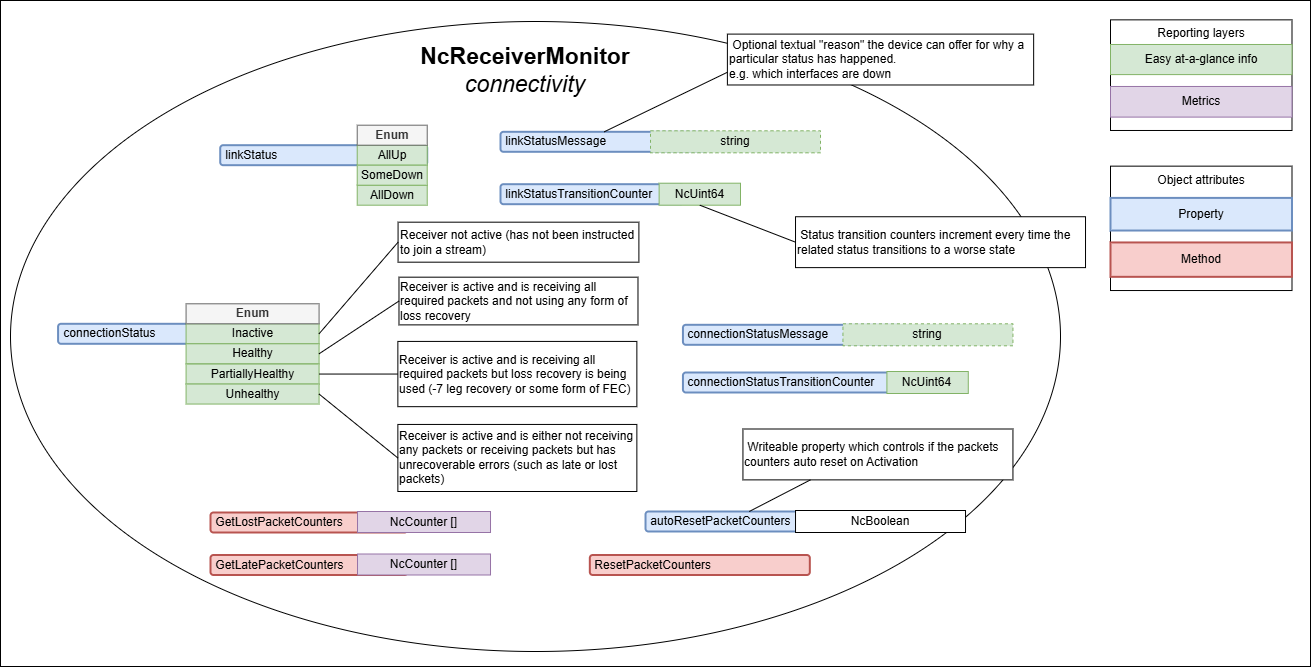
AMWA-TV/bcp-008-01 keeps this draw.io diagram as docs/images/receiver-model-connectivity.png. Above is the earlier version. Source tidied: cells renumbered, new cells last; positions are measured from the earlier drawing's top-left corner, leaving out a move shared by most shapes.
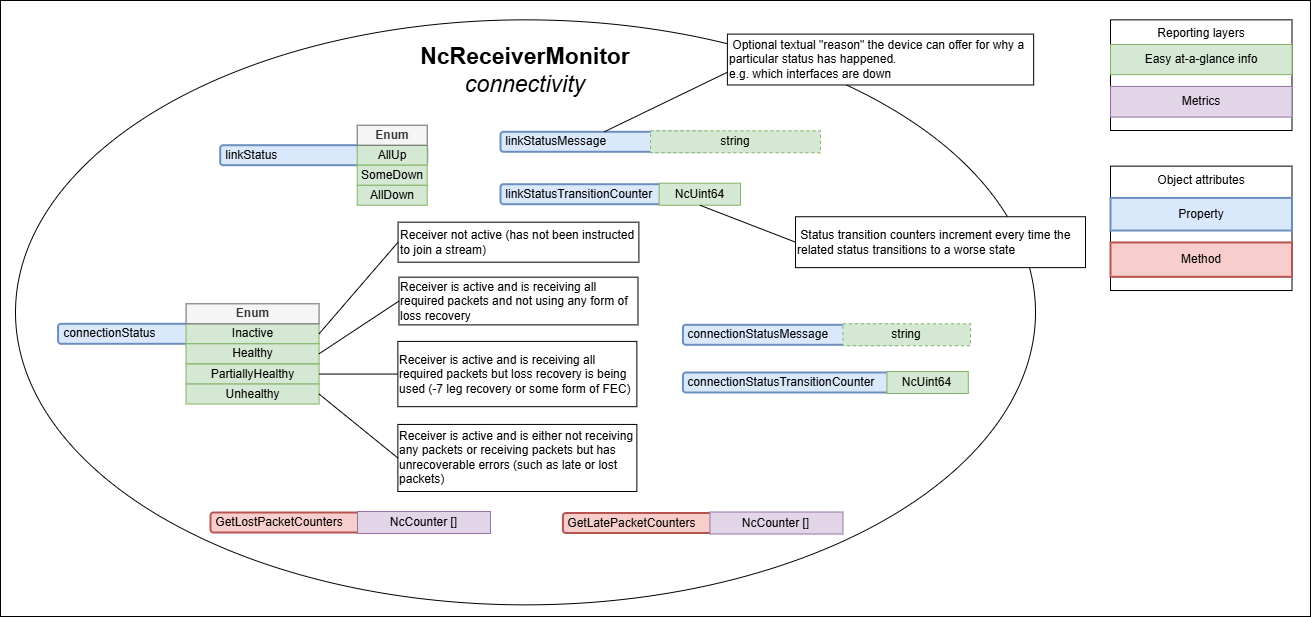
Above is the later version.

Change to the diagram source:
```diff
@@ -3,10 +3,10 @@
     <mxCell id="0" />
     <mxCell id="1" parent="0" />
     <mxCell id="2" style="rounded=0;whiteSpace=wrap;html=1;" parent="1" vertex="1">
-      <mxGeometry width="1310" height="666" as="geometry" />
+      <mxGeometry width="1310" height="616" as="geometry" />
     </mxCell>
     <mxCell id="3" style="ellipse;whiteSpace=wrap;html=1;" parent="1" vertex="1">
-      <mxGeometry x="10" y="21" width="1050" height="630" as="geometry" />
+      <mxGeometry x="15" y="19.3" width="1020" height="585" as="geometry" />
     </mxCell>
     <mxCell id="4" value="Reporting layers" style="rounded=0;whiteSpace=wrap;html=1;horizontal=1;verticalAlign=top;" parent="1" vertex="1">
       <mxGeometry x="1110" y="19.3" width="181.5" height="110.6" as="geometry" />
@@ -102,35 +102,20 @@
       <mxGeometry x="682.4" y="324.3" width="217.5" height="20" as="geometry" />
     </mxCell>
     <mxCell id="35" value="string" style="rounded=0;whiteSpace=wrap;html=1;dashed=1;fillColor=#d5e8d4;strokeColor=#82b366;" parent="1" vertex="1">
-      <mxGeometry x="842.4" y="323.3" width="170" height="22" as="geometry" />
+      <mxGeometry x="842.4" y="323.3" width="127.6" height="22" as="geometry" />
     </mxCell>
     <mxCell id="36" value="&amp;nbsp;GetLostPacketCounters" style="rounded=1;whiteSpace=wrap;html=1;align=left;fillColor=#f8cecc;strokeColor=#b85450;strokeWidth=2;" parent="1" vertex="1">
       <mxGeometry x="210" y="512" width="197" height="20" as="geometry" />
     </mxCell>
     <mxCell id="37" value="NcCounter []" style="rounded=0;whiteSpace=wrap;html=1;fillColor=#e1d5e7;strokeColor=#9673a6;" parent="1" vertex="1">
-      <mxGeometry x="357" y="511" width="133" height="21" as="geometry" />
+      <mxGeometry x="357" y="511" width="133" height="22" as="geometry" />
     </mxCell>
     <mxCell id="38" value="&amp;nbsp;GetLatePacketCounters" style="rounded=1;whiteSpace=wrap;html=1;align=left;fillColor=#f8cecc;strokeColor=#b85450;strokeWidth=2;" parent="1" vertex="1">
-      <mxGeometry x="210" y="554.5" width="197" height="20" as="geometry" />
+      <mxGeometry x="562.4" y="512.5" width="197" height="20" as="geometry" />
     </mxCell>
     <mxCell id="39" value="NcCounter []" style="rounded=0;whiteSpace=wrap;html=1;fillColor=#e1d5e7;strokeColor=#9673a6;" parent="1" vertex="1">
-      <mxGeometry x="357" y="553.5" width="133" height="21" as="geometry" />
+      <mxGeometry x="709.4" y="511.5" width="133" height="22" as="geometry" />
     </mxCell>
-    <mxCell id="40" value="&amp;nbsp;ResetPacketCounters" style="rounded=1;whiteSpace=wrap;html=1;align=left;fillColor=#f8cecc;strokeColor=#b85450;strokeWidth=2;" parent="1" vertex="1">
-      <mxGeometry x="589.3" y="554.5" width="220" height="20" as="geometry" />
-    </mxCell>
-    <mxCell id="41" value="&amp;nbsp;autoResetPacketCounters" style="rounded=1;whiteSpace=wrap;html=1;align=left;fillColor=#dae8fc;strokeColor=#6c8ebf;strokeWidth=2;" parent="1" vertex="1">
-      <mxGeometry x="645" y="511" width="207.5" height="20" as="geometry" />
-    </mxCell>
-    <mxCell id="42" value="NcBoolean" style="rounded=0;whiteSpace=wrap;html=1;" parent="1" vertex="1">
-      <mxGeometry x="795" y="510" width="170" height="22" as="geometry" />
-    </mxCell>
-    <mxCell id="43" value="&amp;nbsp;Writeable property which controls if the packets counters auto reset on Activation" style="text;html=1;strokeColor=default;fillColor=default;align=left;verticalAlign=middle;whiteSpace=wrap;rounded=0;" parent="1" vertex="1">
-      <mxGeometry x="742.4" y="428.5" width="270" height="50.9" as="geometry" />
-    </mxCell>
-    <mxCell id="44" style="endArrow=none;html=1;rounded=0;entryX=0.5;entryY=0;entryDx=0;entryDy=0;exitX=0.25;exitY=1;exitDx=0;exitDy=0;" parent="1" edge="1" source="43" target="41">
-      <mxGeometry relative="1" as="geometry" />
-    </mxCell>
     <mxCell id="45" value="&amp;nbsp;linkStatusTransitionCounter" style="rounded=1;whiteSpace=wrap;html=1;align=left;fillColor=#dae8fc;strokeColor=#6c8ebf;strokeWidth=2;" parent="1" vertex="1">
       <mxGeometry x="500" y="183.7" width="183.3" height="20" as="geometry" />
     </mxCell>
```
